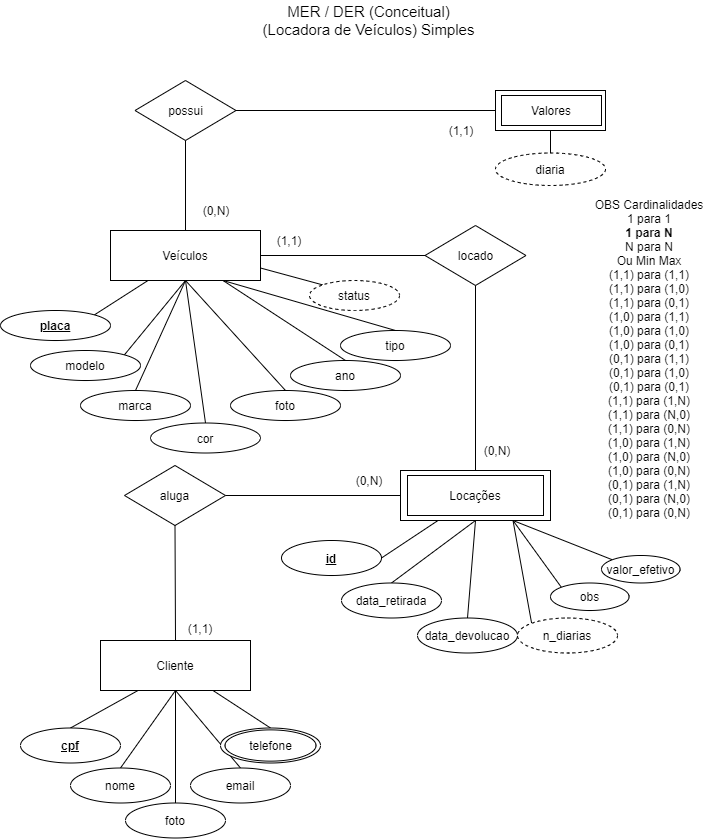
The draw.io diagram Aulas2020/Aula9/DER-Modelo-Conceitual2.0.png in wellifabio/senai2020, before a commit. Source tidied: cells renumbered, new cells last; positions are measured from the earlier drawing's top-left corner, leaving out a move shared by most shapes.
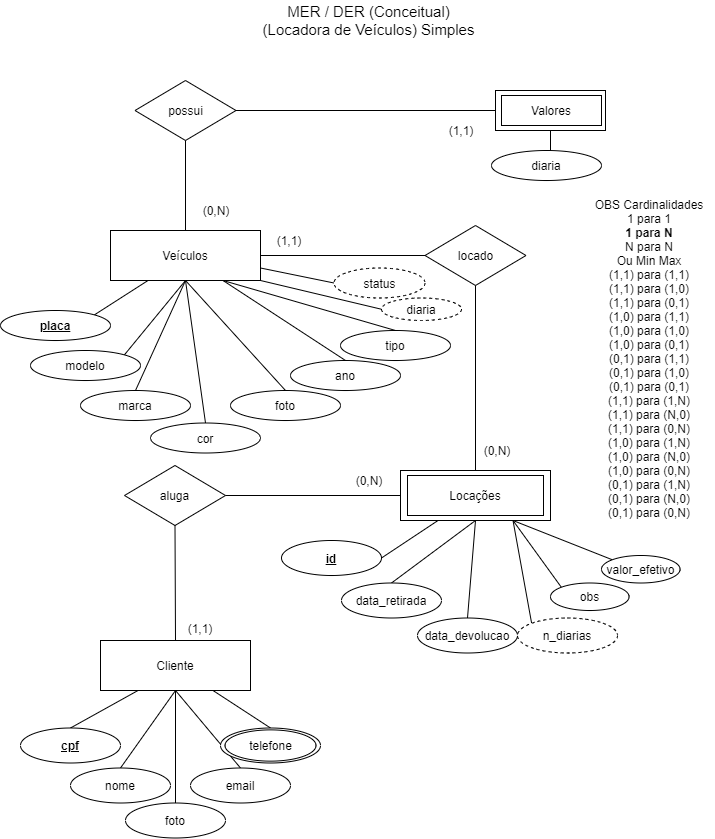
The same diagram one commit later.

The edit, as a diff of the source:
```diff
@@ -104,11 +104,11 @@
     <mxCell id="35" value="data_devolucao" style="ellipse;whiteSpace=wrap;html=1;" parent="1" vertex="1">
       <mxGeometry x="417" y="617.5" width="100" height="35" as="geometry" />
     </mxCell>
-    <mxCell id="36" style="edgeStyle=none;rounded=0;jettySize=auto;html=1;exitX=0;exitY=0;exitDx=0;exitDy=0;entryX=1;entryY=0.75;entryDx=0;entryDy=0;endArrow=none;endFill=0;" parent="1" edge="1" source="37" target="4">
+    <mxCell id="36" style="edgeStyle=none;rounded=0;jettySize=auto;html=1;exitX=0;exitY=0.5;exitDx=0;exitDy=0;entryX=1;entryY=0.75;entryDx=0;entryDy=0;endArrow=none;endFill=0;" parent="1" edge="1" source="37" target="4">
       <mxGeometry relative="1" as="geometry" />
     </mxCell>
     <mxCell id="37" value="status" style="ellipse;whiteSpace=wrap;html=1;dashed=1;" parent="1" vertex="1">
-      <mxGeometry x="309" y="280" width="90" height="30" as="geometry" />
+      <mxGeometry x="333.5" y="267.5" width="91" height="30" as="geometry" />
     </mxCell>
     <mxCell id="38" style="edgeStyle=none;rounded=0;jettySize=auto;html=1;exitX=0;exitY=0;exitDx=0;exitDy=0;endArrow=none;endFill=0;entryX=0.75;entryY=1;entryDx=0;entryDy=0;" parent="1" edge="1" source="39" target="18">
       <mxGeometry relative="1" as="geometry" />
@@ -131,11 +131,11 @@
     <mxCell id="44" value="id" style="ellipse;whiteSpace=wrap;html=1;fontStyle=5;fillColor=#FFFFFF;" parent="1" vertex="1">
       <mxGeometry x="281" y="540" width="100" height="35" as="geometry" />
     </mxCell>
-    <mxCell id="45" style="edgeStyle=none;rounded=0;jettySize=auto;html=1;exitX=0.5;exitY=0;exitDx=0;exitDy=0;entryX=0.5;entryY=1;entryDx=0;entryDy=0;endArrow=none;endFill=0;" parent="1" edge="1" source="46" target="40">
+    <mxCell id="45" style="edgeStyle=none;rounded=0;jettySize=auto;html=1;exitX=0;exitY=0.5;exitDx=0;exitDy=0;entryX=1;entryY=1;entryDx=0;entryDy=0;endArrow=none;endFill=0;" parent="1" edge="1" source="46" target="4">
       <mxGeometry relative="1" as="geometry" />
     </mxCell>
     <mxCell id="46" value="diaria" style="ellipse;whiteSpace=wrap;html=1;fontStyle=0;dashed=1;" parent="1" vertex="1">
-      <mxGeometry x="495" y="152.5" width="110" height="32.5" as="geometry" />
+      <mxGeometry x="381" y="297.5" width="80" height="22.5" as="geometry" />
     </mxCell>
     <mxCell id="47" style="edgeStyle=none;rounded=0;jettySize=auto;html=1;exitX=0;exitY=0;exitDx=0;exitDy=0;entryX=0.75;entryY=1;entryDx=0;entryDy=0;endArrow=none;endFill=0;" parent="1" edge="1" source="48" target="18">
       <mxGeometry relative="1" as="geometry" />
@@ -194,5 +194,11 @@
     <mxCell id="65" value="Locações" style="rounded=0;whiteSpace=wrap;html=1;" parent="1" vertex="1">
       <mxGeometry x="407" y="475" width="136" height="40" as="geometry" />
     </mxCell>
+    <mxCell id="66" style="edgeStyle=orthogonalEdgeStyle;rounded=0;jettySize=auto;html=1;exitX=0.5;exitY=0;exitDx=0;exitDy=0;entryX=0.5;entryY=1;entryDx=0;entryDy=0;endArrow=none;endFill=0;" parent="1" edge="1" source="67" target="40">
+      <mxGeometry relative="1" as="geometry" />
+    </mxCell>
+    <mxCell id="67" value="diaria" style="ellipse;whiteSpace=wrap;html=1;" parent="1" vertex="1">
+      <mxGeometry x="491" y="150" width="110" height="30" as="geometry" />
+    </mxCell>
   </root>
 </mxGraphModel>
```
